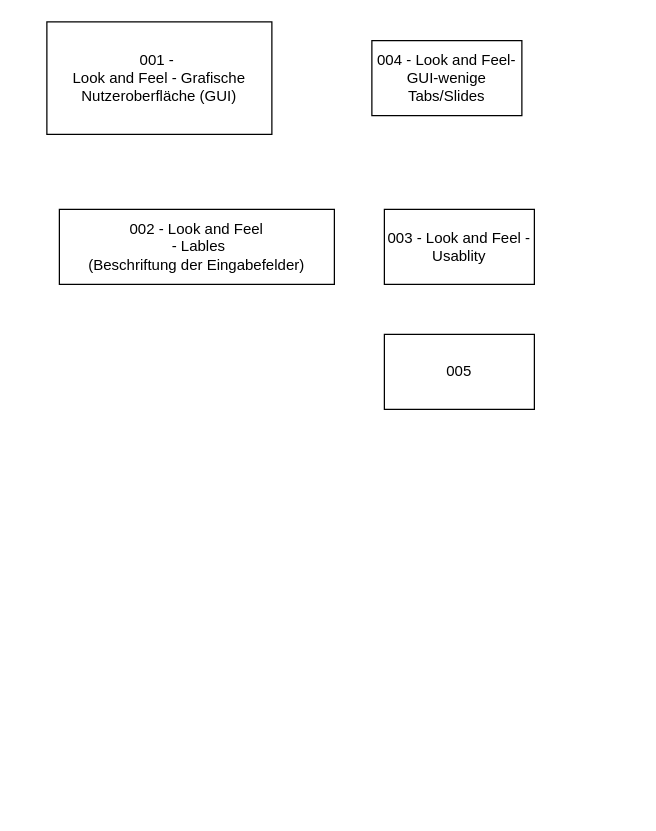
This is 1_Requirements_VolereSnowCards/VolereSnowCards_Conflicts.drawio from 20SEBastian03/PraktikumSoftwaretechnik2024_25, a draw.io file, before an edit. Source tidied: cells renumbered, new cells numbered last; positions are measured from the earlier drawing's top-left corner, leaving out a move shared by most shapes. Both pictures are drawn from the tidied source at 125%, with x=0, y=0 at pixel (46, 21).
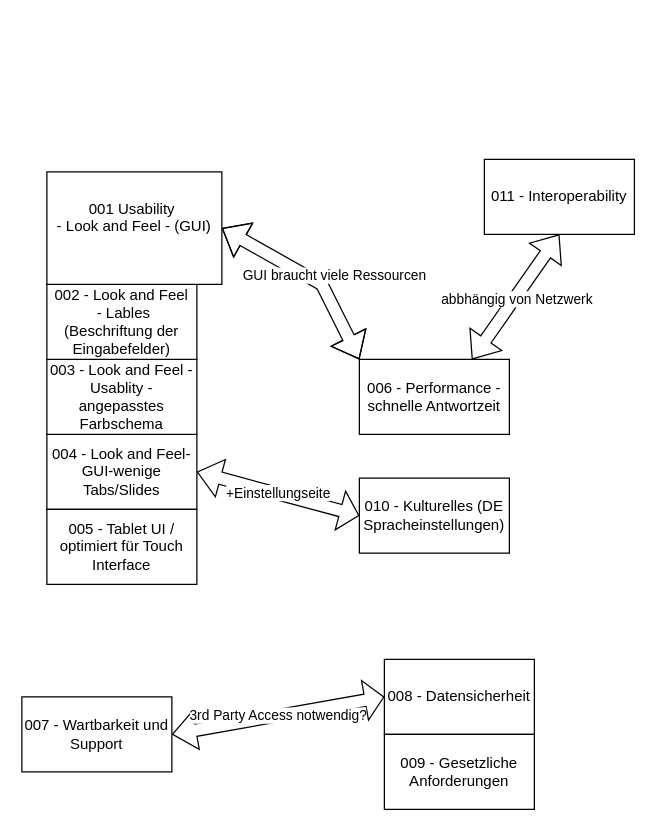
The same diagram, later.

What changed in the source:
```diff
@@
-    <mxCell id="2" value="001 -&amp;nbsp;&lt;div&gt;&lt;span style=&quot;background-color: initial;&quot;&gt;Look and Feel - Grafische Nutzeroberfläche (GUI)&lt;/span&gt;&lt;/div&gt;" style="rounded=0;whiteSpace=wrap;html=1;" parent="1" vertex="1">
-      <mxGeometry width="180" height="90" as="geometry" />
-    </mxCell>
-    <mxCell id="3" value="002 - Look and Feel&lt;div&gt;&amp;nbsp;- Lables&lt;div&gt;(Beschriftung der Eingabefelder)&lt;/div&gt;&lt;/div&gt;" style="rounded=0;whiteSpace=wrap;html=1;" parent="1" vertex="1">
-      <mxGeometry x="10" y="150" width="220" height="60" as="geometry" />
-    </mxCell>
     <mxCell id="4" value="004 - Look and Feel-GUI-wenige Tabs/Slides" style="rounded=0;whiteSpace=wrap;html=1;" parent="1" vertex="1">
-      <mxGeometry x="260" y="15" width="120" height="60" as="geometry" />
+      <mxGeometry y="330" width="120" height="60" as="geometry" />
     </mxCell>
-    <mxCell id="5" value="003 -&amp;nbsp;Look and Feel - Usablity" style="rounded=0;whiteSpace=wrap;html=1;" parent="1" vertex="1">
-      <mxGeometry x="270" y="150" width="120" height="60" as="geometry" />
+    <mxCell id="5" value="003 -&amp;nbsp;Look and Feel - Usablity - angepasstes Farbschema" style="rounded=0;whiteSpace=wrap;html=1;" parent="1" vertex="1">
+      <mxGeometry y="270" width="120" height="60" as="geometry" />
     </mxCell>
-    <mxCell id="6" value="005" style="rounded=0;whiteSpace=wrap;html=1;" parent="1" vertex="1">
-      <mxGeometry x="270" y="250" width="120" height="60" as="geometry" />
+    <mxCell id="6" value="005 - Tablet UI / optimiert für Touch Interface" style="rounded=0;whiteSpace=wrap;html=1;" parent="1" vertex="1">
+      <mxGeometry y="390" width="120" height="60" as="geometry" />
     </mxCell>
+    <mxCell id="7" value="006 - Performance - schnelle Antwortzeit" style="rounded=0;whiteSpace=wrap;html=1;" parent="1" vertex="1">
+      <mxGeometry x="250" y="270" width="120" height="60" as="geometry" />
+    </mxCell>
+    <mxCell id="8" value="007 - Wartbarkeit und Support" style="rounded=0;whiteSpace=wrap;html=1;" parent="1" vertex="1">
+      <mxGeometry x="-20" y="540" width="120" height="60" as="geometry" />
+    </mxCell>
+    <mxCell id="9" value="008 - Datensicherheit" style="rounded=0;whiteSpace=wrap;html=1;" parent="1" vertex="1">
+      <mxGeometry x="270" y="510" width="120" height="60" as="geometry" />
+    </mxCell>
+    <mxCell id="10" value="009 - Gesetzliche Anforderungen" style="rounded=0;whiteSpace=wrap;html=1;" parent="1" vertex="1">
+      <mxGeometry x="270" y="570" width="120" height="60" as="geometry" />
+    </mxCell>
+    <mxCell id="11" value="010 - Kulturelles (DE Spracheinstellungen)" style="rounded=0;whiteSpace=wrap;html=1;" parent="1" vertex="1">
+      <mxGeometry x="250" y="365" width="120" height="60" as="geometry" />
+    </mxCell>
+    <mxCell id="3" value="002 - Look and Feel&lt;div&gt;&amp;nbsp;- Lables&lt;div&gt;(Beschriftung der Eingabefelder)&lt;/div&gt;&lt;/div&gt;" style="rounded=0;whiteSpace=wrap;html=1;" parent="1" vertex="1">
+      <mxGeometry y="210" width="120" height="60" as="geometry" />
+    </mxCell>
+    <mxCell id="12" value="001&amp;nbsp;&lt;span style=&quot;background-color: initial;&quot;&gt;Usability&amp;nbsp;&lt;/span&gt;&lt;div&gt;&lt;div style=&quot;font-size: 14px;&quot;&gt;&lt;div style=&quot;font-size: 12px; text-align: left; text-wrap-mode: nowrap;&quot;&gt;&lt;span style=&quot;text-align: center; text-wrap-mode: wrap;&quot;&gt;- Look and Feel - (GUI&lt;/span&gt;&lt;span style=&quot;text-align: center; text-wrap-mode: wrap; background-color: initial;&quot;&gt;)&lt;/span&gt;&lt;/div&gt;&lt;div&gt;&lt;span style=&quot;text-align: center; text-wrap-mode: wrap; background-color: initial;&quot;&gt;&lt;br&gt;&lt;/span&gt;&lt;/div&gt;&lt;/div&gt;&lt;/div&gt;" style="rounded=0;whiteSpace=wrap;html=1;" parent="1" vertex="1">
+      <mxGeometry y="120" width="140" height="90" as="geometry" />
+    </mxCell>
+    <mxCell id="13" style="shape=flexArrow;endArrow=classic;startArrow=classic;html=1;rounded=0;exitX=1;exitY=0.5;exitDx=0;exitDy=0;" parent="1" edge="1" source="12">
+      <mxGeometry relative="1" as="geometry">
+        <mxPoint x="250" y="270" as="targetPoint" />
+        <Array as="points">
+          <mxPoint x="220" y="210" />
+        </Array>
+      </mxGeometry>
+    </mxCell>
+    <mxCell id="14" value="GUI braucht viele Ressourcen" style="edgeLabel;html=1;align=center;verticalAlign=middle;" parent="13" vertex="1">
+      <mxGeometry y="1" relative="1" as="geometry">
+        <mxPoint x="20" as="offset" />
+      </mxGeometry>
+    </mxCell>
+    <mxCell id="15" value="+Einstellungseite" style="shape=flexArrow;endArrow=classic;startArrow=classic;html=1;rounded=0;exitX=1;exitY=0.5;exitDx=0;exitDy=0;endWidth=21;endSize=4.74;entryX=0;entryY=0.5;entryDx=0;entryDy=0;" parent="1" edge="1" target="11">
+      <mxGeometry relative="1" as="geometry">
+        <mxPoint x="120" y="360" as="sourcePoint" />
+      </mxGeometry>
+    </mxCell>
+    <mxCell id="16" value="3rd Party Access notwendig?" style="shape=flexArrow;endArrow=classic;startArrow=classic;html=1;rounded=0;exitX=1;exitY=0.5;exitDx=0;exitDy=0;endWidth=21;endSize=4.74;entryX=0;entryY=0.5;entryDx=0;entryDy=0;" parent="1" edge="1" source="8" target="9">
+      <mxGeometry relative="1" as="geometry" />
+    </mxCell>
+    <mxCell id="17" value="011 - Interoperability" style="rounded=0;whiteSpace=wrap;html=1;" parent="1" vertex="1">
+      <mxGeometry x="350" y="110" width="120" height="60" as="geometry" />
+    </mxCell>
+    <mxCell id="18" style="shape=flexArrow;endArrow=classic;startArrow=classic;html=1;rounded=0;entryX=0.5;entryY=1;entryDx=0;entryDy=0;" parent="1" edge="1" target="17">
+      <mxGeometry relative="1" as="geometry">
+        <mxPoint x="340" y="270" as="sourcePoint" />
+      </mxGeometry>
+    </mxCell>
+    <mxCell id="19" value="abbhängig von Netzwerk" style="edgeLabel;html=1;align=center;verticalAlign=middle;" parent="18" vertex="1">
+      <mxGeometry x="-0.02" y="-1" relative="1" as="geometry" />
+    </mxCell>
```
